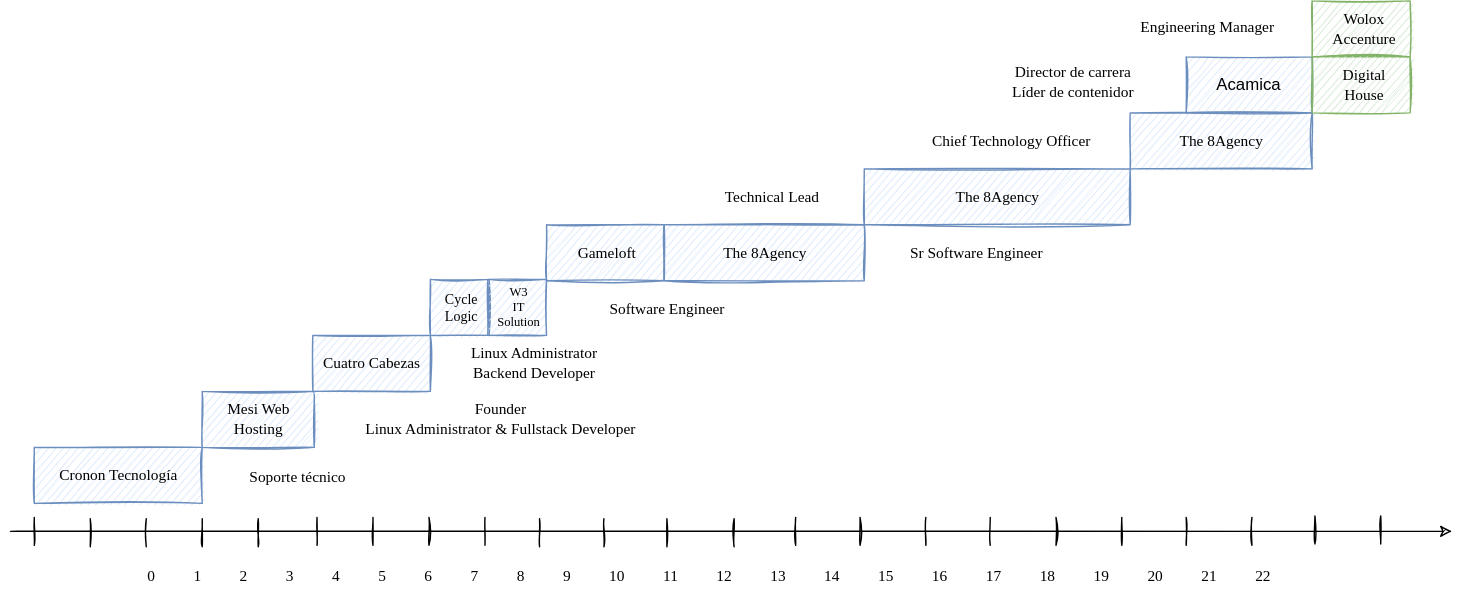
Before: daniel_segovia_carrer.svg, a diagram exported from draw.io (frenchita/danielsegovia). Source tidied: cells renumbered, new cells last; positions are measured from the earlier drawing's top-left corner, leaving out a move shared by most shapes. Its diagram source:
```xml
<mxGraphModel>
  <root>
    <mxCell id="0" />
    <mxCell id="1" parent="0" />
    <mxCell id="2" style="endArrow=classic;html=1;rounded=0;sketch=1;" parent="1" edge="1">
      <mxGeometry relative="1" as="geometry">
        <mxPoint y="379" as="sourcePoint" />
        <mxPoint x="1030" y="379" as="targetPoint" />
      </mxGeometry>
    </mxCell>
    <mxCell id="3" value="0&amp;nbsp; &amp;nbsp; &amp;nbsp; &amp;nbsp; &amp;nbsp;&amp;nbsp;1&amp;nbsp; &amp;nbsp; &amp;nbsp; &amp;nbsp; &amp;nbsp; 2&amp;nbsp; &amp;nbsp; &amp;nbsp; &amp;nbsp; &amp;nbsp; 3&amp;nbsp; &amp;nbsp; &amp;nbsp; &amp;nbsp; &amp;nbsp; 4&amp;nbsp; &amp;nbsp; &amp;nbsp; &amp;nbsp; &amp;nbsp; 5&amp;nbsp; &amp;nbsp; &amp;nbsp; &amp;nbsp; &amp;nbsp; 6&amp;nbsp; &amp;nbsp; &amp;nbsp; &amp;nbsp; &amp;nbsp; 7&amp;nbsp; &amp;nbsp; &amp;nbsp; &amp;nbsp; &amp;nbsp; 8&amp;nbsp; &amp;nbsp; &amp;nbsp; &amp;nbsp; &amp;nbsp; 9&amp;nbsp; &amp;nbsp; &amp;nbsp; &amp;nbsp; &amp;nbsp; 10&amp;nbsp; &amp;nbsp; &amp;nbsp; &amp;nbsp; &amp;nbsp; 11&amp;nbsp; &amp;nbsp; &amp;nbsp; &amp;nbsp; &amp;nbsp; 12&amp;nbsp; &amp;nbsp; &amp;nbsp; &amp;nbsp; &amp;nbsp; 13&amp;nbsp; &amp;nbsp; &amp;nbsp; &amp;nbsp; &amp;nbsp; 14&amp;nbsp; &amp;nbsp; &amp;nbsp; &amp;nbsp; &amp;nbsp; 15&amp;nbsp; &amp;nbsp; &amp;nbsp; &amp;nbsp; &amp;nbsp; 16&amp;nbsp; &amp;nbsp; &amp;nbsp; &amp;nbsp; &amp;nbsp; 17&amp;nbsp; &amp;nbsp; &amp;nbsp; &amp;nbsp; &amp;nbsp; 18&amp;nbsp; &amp;nbsp; &amp;nbsp; &amp;nbsp; &amp;nbsp; 19&amp;nbsp; &amp;nbsp; &amp;nbsp; &amp;nbsp; &amp;nbsp; 20&amp;nbsp; &amp;nbsp; &amp;nbsp; &amp;nbsp; &amp;nbsp; 21&amp;nbsp; &amp;nbsp; &amp;nbsp; &amp;nbsp; &amp;nbsp; 22" style="text;html=1;align=center;verticalAlign=middle;strokeColor=none;fillColor=none;fontFamily=Tahoma;spacing=2;fontSize=11;" parent="1" vertex="1">
      <mxGeometry x="4" y="401" width="990" height="20" as="geometry" />
    </mxCell>
    <mxCell id="4" style="rounded=0;whiteSpace=wrap;html=1;imageAspect=1;shadow=0;sketch=1;fillStyle=hachure;fillColor=#dae8fc;strokeColor=#6c8ebf;" parent="1" vertex="1">
      <mxGeometry x="17" y="319" width="120" height="40" as="geometry" />
    </mxCell>
    <mxCell id="5" style="endArrow=none;html=1;rounded=0;sketch=1;" parent="1" edge="1">
      <mxGeometry relative="1" as="geometry">
        <mxPoint x="57" y="390" as="sourcePoint" />
        <mxPoint x="57" y="370" as="targetPoint" />
      </mxGeometry>
    </mxCell>
    <mxCell id="6" style="endArrow=none;html=1;rounded=0;sketch=1;" parent="1" edge="1">
      <mxGeometry relative="1" as="geometry">
        <mxPoint x="97" y="390" as="sourcePoint" />
        <mxPoint x="97" y="370" as="targetPoint" />
      </mxGeometry>
    </mxCell>
    <mxCell id="7" style="endArrow=none;html=1;rounded=0;sketch=1;" parent="1" edge="1">
      <mxGeometry relative="1" as="geometry">
        <mxPoint x="137" y="390" as="sourcePoint" />
        <mxPoint x="137" y="370" as="targetPoint" />
      </mxGeometry>
    </mxCell>
    <mxCell id="8" style="endArrow=none;html=1;rounded=0;sketch=1;" parent="1" edge="1">
      <mxGeometry relative="1" as="geometry">
        <mxPoint x="177" y="390" as="sourcePoint" />
        <mxPoint x="177" y="370" as="targetPoint" />
      </mxGeometry>
    </mxCell>
    <mxCell id="9" style="endArrow=none;html=1;rounded=0;sketch=1;" parent="1" edge="1">
      <mxGeometry relative="1" as="geometry">
        <mxPoint x="219" y="389" as="sourcePoint" />
        <mxPoint x="219" y="369" as="targetPoint" />
      </mxGeometry>
    </mxCell>
    <mxCell id="10" style="endArrow=none;html=1;rounded=0;sketch=1;" parent="1" edge="1">
      <mxGeometry relative="1" as="geometry">
        <mxPoint x="259" y="389" as="sourcePoint" />
        <mxPoint x="259" y="369" as="targetPoint" />
      </mxGeometry>
    </mxCell>
    <mxCell id="11" style="endArrow=none;html=1;rounded=0;sketch=1;" parent="1" edge="1">
      <mxGeometry relative="1" as="geometry">
        <mxPoint x="299" y="389" as="sourcePoint" />
        <mxPoint x="299" y="369" as="targetPoint" />
      </mxGeometry>
    </mxCell>
    <mxCell id="12" style="endArrow=none;html=1;rounded=0;sketch=1;" parent="1" edge="1">
      <mxGeometry relative="1" as="geometry">
        <mxPoint x="339" y="389" as="sourcePoint" />
        <mxPoint x="339" y="369" as="targetPoint" />
      </mxGeometry>
    </mxCell>
    <mxCell id="13" style="endArrow=none;html=1;rounded=0;sketch=1;" parent="1" edge="1">
      <mxGeometry relative="1" as="geometry">
        <mxPoint x="378" y="390" as="sourcePoint" />
        <mxPoint x="378" y="370" as="targetPoint" />
      </mxGeometry>
    </mxCell>
    <mxCell id="14" style="endArrow=none;html=1;rounded=0;sketch=1;" parent="1" edge="1">
      <mxGeometry relative="1" as="geometry">
        <mxPoint x="424" y="390" as="sourcePoint" />
        <mxPoint x="424" y="370" as="targetPoint" />
      </mxGeometry>
    </mxCell>
    <mxCell id="15" style="endArrow=none;html=1;rounded=0;sketch=1;" parent="1" edge="1">
      <mxGeometry relative="1" as="geometry">
        <mxPoint x="469" y="390" as="sourcePoint" />
        <mxPoint x="469" y="370" as="targetPoint" />
      </mxGeometry>
    </mxCell>
    <mxCell id="16" style="endArrow=none;html=1;rounded=0;sketch=1;" parent="1" edge="1">
      <mxGeometry relative="1" as="geometry">
        <mxPoint x="517" y="390" as="sourcePoint" />
        <mxPoint x="517" y="370" as="targetPoint" />
      </mxGeometry>
    </mxCell>
    <mxCell id="17" style="endArrow=none;html=1;rounded=0;sketch=1;" parent="1" edge="1">
      <mxGeometry relative="1" as="geometry">
        <mxPoint x="561" y="389" as="sourcePoint" />
        <mxPoint x="561" y="369" as="targetPoint" />
      </mxGeometry>
    </mxCell>
    <mxCell id="18" style="endArrow=none;html=1;rounded=0;sketch=1;" parent="1" edge="1">
      <mxGeometry relative="1" as="geometry">
        <mxPoint x="607" y="389" as="sourcePoint" />
        <mxPoint x="607" y="369" as="targetPoint" />
      </mxGeometry>
    </mxCell>
    <mxCell id="19" style="endArrow=none;html=1;rounded=0;sketch=1;" parent="1" edge="1">
      <mxGeometry relative="1" as="geometry">
        <mxPoint x="654" y="389" as="sourcePoint" />
        <mxPoint x="654" y="369" as="targetPoint" />
      </mxGeometry>
    </mxCell>
    <mxCell id="20" style="endArrow=none;html=1;rounded=0;sketch=1;" parent="1" edge="1">
      <mxGeometry relative="1" as="geometry">
        <mxPoint x="700" y="389" as="sourcePoint" />
        <mxPoint x="700" y="369" as="targetPoint" />
      </mxGeometry>
    </mxCell>
    <mxCell id="21" style="endArrow=none;html=1;rounded=0;sketch=1;" parent="1" edge="1">
      <mxGeometry relative="1" as="geometry">
        <mxPoint x="747" y="389" as="sourcePoint" />
        <mxPoint x="747" y="369" as="targetPoint" />
      </mxGeometry>
    </mxCell>
    <mxCell id="22" style="endArrow=none;html=1;rounded=0;sketch=1;" parent="1" edge="1">
      <mxGeometry relative="1" as="geometry">
        <mxPoint x="794" y="389" as="sourcePoint" />
        <mxPoint x="794" y="369" as="targetPoint" />
      </mxGeometry>
    </mxCell>
    <mxCell id="23" style="endArrow=none;html=1;rounded=0;sketch=1;" parent="1" edge="1">
      <mxGeometry relative="1" as="geometry">
        <mxPoint x="840" y="389" as="sourcePoint" />
        <mxPoint x="840" y="369" as="targetPoint" />
      </mxGeometry>
    </mxCell>
    <mxCell id="24" style="endArrow=none;html=1;rounded=0;sketch=1;" parent="1" edge="1">
      <mxGeometry relative="1" as="geometry">
        <mxPoint x="887" y="389" as="sourcePoint" />
        <mxPoint x="887" y="369" as="targetPoint" />
      </mxGeometry>
    </mxCell>
    <mxCell id="25" style="endArrow=none;html=1;rounded=0;sketch=1;" parent="1" edge="1">
      <mxGeometry relative="1" as="geometry">
        <mxPoint x="932" y="388" as="sourcePoint" />
        <mxPoint x="932" y="368" as="targetPoint" />
      </mxGeometry>
    </mxCell>
    <mxCell id="26" style="endArrow=none;html=1;rounded=0;sketch=1;" parent="1" edge="1">
      <mxGeometry relative="1" as="geometry">
        <mxPoint x="979" y="388" as="sourcePoint" />
        <mxPoint x="979" y="368" as="targetPoint" />
      </mxGeometry>
    </mxCell>
    <mxCell id="27" value="Soporte técnico" style="text;html=1;align=center;verticalAlign=middle;strokeColor=none;fillColor=none;fontFamily=Comic Sans MS;spacing=2;fontSize=11;" parent="1" vertex="1">
      <mxGeometry x="155" y="330" width="100" height="20" as="geometry" />
    </mxCell>
    <mxCell id="28" style="rounded=0;whiteSpace=wrap;html=1;imageAspect=1;shadow=0;sketch=1;fillStyle=hachure;fillColor=#dae8fc;strokeColor=#6c8ebf;" parent="1" vertex="1">
      <mxGeometry x="137" y="279" width="80" height="40" as="geometry" />
    </mxCell>
    <mxCell id="29" style="endArrow=none;html=1;rounded=0;sketch=1;" parent="1" edge="1">
      <mxGeometry relative="1" as="geometry">
        <mxPoint x="17" y="389" as="sourcePoint" />
        <mxPoint x="17" y="369" as="targetPoint" />
      </mxGeometry>
    </mxCell>
    <mxCell id="30" value="Founder&lt;br&gt;Linux Administrator &amp;amp; Fullstack Developer" style="text;html=1;align=center;verticalAlign=middle;strokeColor=none;fillColor=none;fontFamily=Comic Sans MS;spacing=2;fontSize=11;" parent="1" vertex="1">
      <mxGeometry x="230" y="279" width="240" height="40" as="geometry" />
    </mxCell>
    <mxCell id="31" value="Cronon Tecnología" style="text;html=1;align=center;verticalAlign=middle;strokeColor=none;fillColor=none;fontFamily=Comic Sans MS;spacing=2;fontSize=11;" parent="1" vertex="1">
      <mxGeometry x="22" y="329" width="110" height="20" as="geometry" />
    </mxCell>
    <mxCell id="32" value="Mesi Web&lt;br&gt;Hosting" style="text;html=1;align=center;verticalAlign=middle;strokeColor=none;fillColor=none;fontFamily=Comic Sans MS;spacing=2;fontSize=11;" parent="1" vertex="1">
      <mxGeometry x="142" y="279" width="70" height="40" as="geometry" />
    </mxCell>
    <mxCell id="33" style="rounded=0;whiteSpace=wrap;html=1;imageAspect=1;shadow=0;sketch=1;fillStyle=hachure;fillColor=#dae8fc;strokeColor=#6c8ebf;" parent="1" vertex="1">
      <mxGeometry x="216" y="239" width="84" height="40" as="geometry" />
    </mxCell>
    <mxCell id="34" value="Cuatro Cabezas" style="text;html=1;align=center;verticalAlign=middle;strokeColor=none;fillColor=none;fontFamily=Comic Sans MS;spacing=2;fontSize=11;" parent="1" vertex="1">
      <mxGeometry x="208" y="249" width="100" height="20" as="geometry" />
    </mxCell>
    <mxCell id="35" style="rounded=0;whiteSpace=wrap;html=1;imageAspect=1;shadow=0;sketch=1;fillStyle=hachure;fillColor=#dae8fc;strokeColor=#6c8ebf;" parent="1" vertex="1">
      <mxGeometry x="300" y="199" width="42" height="40" as="geometry" />
    </mxCell>
    <mxCell id="36" value="Cycle&lt;br style=&quot;font-size: 10px;&quot;&gt;Logic" style="text;html=1;align=center;verticalAlign=middle;strokeColor=none;fillColor=none;fontFamily=Comic Sans MS;spacing=2;fontSize=10;" parent="1" vertex="1">
      <mxGeometry x="302" y="204" width="40" height="30" as="geometry" />
    </mxCell>
    <mxCell id="37" style="rounded=0;whiteSpace=wrap;html=1;imageAspect=1;shadow=0;sketch=1;fillStyle=hachure;fillColor=#dae8fc;strokeColor=#6c8ebf;" parent="1" vertex="1">
      <mxGeometry x="341" y="199" width="42" height="40" as="geometry" />
    </mxCell>
    <mxCell id="38" value="W3&lt;br&gt;IT&lt;br&gt;Solution" style="text;html=1;align=center;verticalAlign=middle;strokeColor=none;fillColor=none;fontFamily=Comic Sans MS;spacing=2;fontSize=9;" parent="1" vertex="1">
      <mxGeometry x="338" y="199" width="50" height="40" as="geometry" />
    </mxCell>
    <mxCell id="39" value="Linux Administrator&lt;br&gt;Backend Developer" style="text;html=1;align=center;verticalAlign=middle;strokeColor=none;fillColor=none;fontFamily=Comic Sans MS;spacing=2;fontSize=11;" parent="1" vertex="1">
      <mxGeometry x="314" y="239" width="120" height="40" as="geometry" />
    </mxCell>
    <mxCell id="40" style="rounded=0;whiteSpace=wrap;html=1;imageAspect=1;shadow=0;sketch=1;fillStyle=hachure;fillColor=#dae8fc;strokeColor=#6c8ebf;" parent="1" vertex="1">
      <mxGeometry x="383" y="160" width="84" height="40" as="geometry" />
    </mxCell>
    <mxCell id="41" value="Gameloft" style="text;html=1;align=center;verticalAlign=middle;strokeColor=none;fillColor=none;fontFamily=Comic Sans MS;spacing=2;fontSize=11;" parent="1" vertex="1">
      <mxGeometry x="391" y="170" width="70" height="20" as="geometry" />
    </mxCell>
    <mxCell id="42" style="rounded=0;whiteSpace=wrap;html=1;imageAspect=1;shadow=0;sketch=1;fillStyle=hachure;fillColor=#dae8fc;strokeColor=#6c8ebf;" parent="1" vertex="1">
      <mxGeometry x="467" y="160" width="143" height="40" as="geometry" />
    </mxCell>
    <mxCell id="43" value="The 8Agency" style="text;html=1;align=center;verticalAlign=middle;strokeColor=none;fillColor=none;fontFamily=Comic Sans MS;spacing=2;fontSize=11;" parent="1" vertex="1">
      <mxGeometry x="493.5" y="170" width="90" height="20" as="geometry" />
    </mxCell>
    <mxCell id="44" value="Software Engineer" style="text;html=1;align=center;verticalAlign=middle;strokeColor=none;fillColor=none;fontFamily=Comic Sans MS;spacing=2;fontSize=11;" parent="1" vertex="1">
      <mxGeometry x="409" y="210" width="120" height="20" as="geometry" />
    </mxCell>
    <mxCell id="45" value="Sr Software Engineer" style="text;html=1;align=center;verticalAlign=middle;strokeColor=none;fillColor=none;fontFamily=Comic Sans MS;spacing=2;fontSize=11;" parent="1" vertex="1">
      <mxGeometry x="625" y="170" width="130" height="20" as="geometry" />
    </mxCell>
    <mxCell id="46" style="rounded=0;whiteSpace=wrap;html=1;imageAspect=1;shadow=0;sketch=1;fillStyle=hachure;fillColor=#dae8fc;strokeColor=#6c8ebf;" parent="1" vertex="1">
      <mxGeometry x="610" y="120" width="190" height="40" as="geometry" />
    </mxCell>
    <mxCell id="47" value="The 8Agency" style="text;html=1;align=center;verticalAlign=middle;strokeColor=none;fillColor=none;fontFamily=Comic Sans MS;spacing=2;fontSize=11;" parent="1" vertex="1">
      <mxGeometry x="660" y="130" width="90" height="20" as="geometry" />
    </mxCell>
    <mxCell id="48" value="Technical Lead" style="text;html=1;align=center;verticalAlign=middle;strokeColor=none;fillColor=none;fontFamily=Comic Sans MS;spacing=2;fontSize=11;" parent="1" vertex="1">
      <mxGeometry x="493.5" y="130" width="100" height="20" as="geometry" />
    </mxCell>
    <mxCell id="49" style="rounded=0;whiteSpace=wrap;html=1;imageAspect=1;shadow=0;sketch=1;fillStyle=hachure;fillColor=#dae8fc;strokeColor=#6c8ebf;" parent="1" vertex="1">
      <mxGeometry x="800" y="80" width="130" height="40" as="geometry" />
    </mxCell>
    <mxCell id="50" value="The 8Agency" style="text;html=1;align=center;verticalAlign=middle;strokeColor=none;fillColor=none;fontFamily=Comic Sans MS;spacing=2;fontSize=11;" parent="1" vertex="1">
      <mxGeometry x="820" y="90" width="90" height="20" as="geometry" />
    </mxCell>
    <mxCell id="51" value="Chief Technology Officer" style="text;html=1;align=center;verticalAlign=middle;strokeColor=none;fillColor=none;fontFamily=Comic Sans MS;spacing=2;fontSize=11;" parent="1" vertex="1">
      <mxGeometry x="640" y="90" width="150" height="20" as="geometry" />
    </mxCell>
    <mxCell id="52" value="Acamica" style="rounded=0;whiteSpace=wrap;html=1;imageAspect=1;shadow=0;sketch=1;fillStyle=hachure;fillColor=#dae8fc;strokeColor=#6c8ebf;" parent="1" vertex="1">
      <mxGeometry x="840" y="40" width="90" height="40" as="geometry" />
    </mxCell>
    <mxCell id="53" style="rounded=0;whiteSpace=wrap;html=1;imageAspect=1;shadow=0;sketch=1;fillStyle=hachure;fillColor=#d5e8d4;strokeColor=#82b366;" parent="1" vertex="1">
      <mxGeometry x="930" y="40" width="70" height="40" as="geometry" />
    </mxCell>
    <mxCell id="54" value="Digital&lt;br&gt;House" style="text;html=1;align=center;verticalAlign=middle;strokeColor=none;fillColor=none;fontFamily=Comic Sans MS;spacing=2;fontSize=11;" parent="1" vertex="1">
      <mxGeometry x="942" y="40" width="50" height="40" as="geometry" />
    </mxCell>
    <mxCell id="55" style="rounded=0;whiteSpace=wrap;html=1;imageAspect=1;shadow=0;sketch=1;fillStyle=hachure;fillColor=#d5e8d4;strokeColor=#82b366;" parent="1" vertex="1">
      <mxGeometry x="930" width="70" height="40" as="geometry" />
    </mxCell>
    <mxCell id="56" value="Wolox&lt;br&gt;Accenture" style="text;html=1;align=center;verticalAlign=middle;strokeColor=none;fillColor=none;fontFamily=Comic Sans MS;spacing=2;fontSize=11;" parent="1" vertex="1">
      <mxGeometry x="932" width="70" height="40" as="geometry" />
    </mxCell>
    <mxCell id="57" value="Director de carrera&lt;br&gt;Líder de contenidor" style="text;html=1;align=center;verticalAlign=middle;strokeColor=none;fillColor=none;fontFamily=Comic Sans MS;spacing=2;fontSize=11;" parent="1" vertex="1">
      <mxGeometry x="699" y="38" width="120" height="40" as="geometry" />
    </mxCell>
    <mxCell id="58" value="Engineering Manager" style="text;html=1;align=center;verticalAlign=middle;strokeColor=none;fillColor=none;fontFamily=Comic Sans MS;spacing=2;fontSize=11;" parent="1" vertex="1">
      <mxGeometry x="790" y="9" width="130" height="20" as="geometry" />
    </mxCell>
  </root>
</mxGraphModel>
```
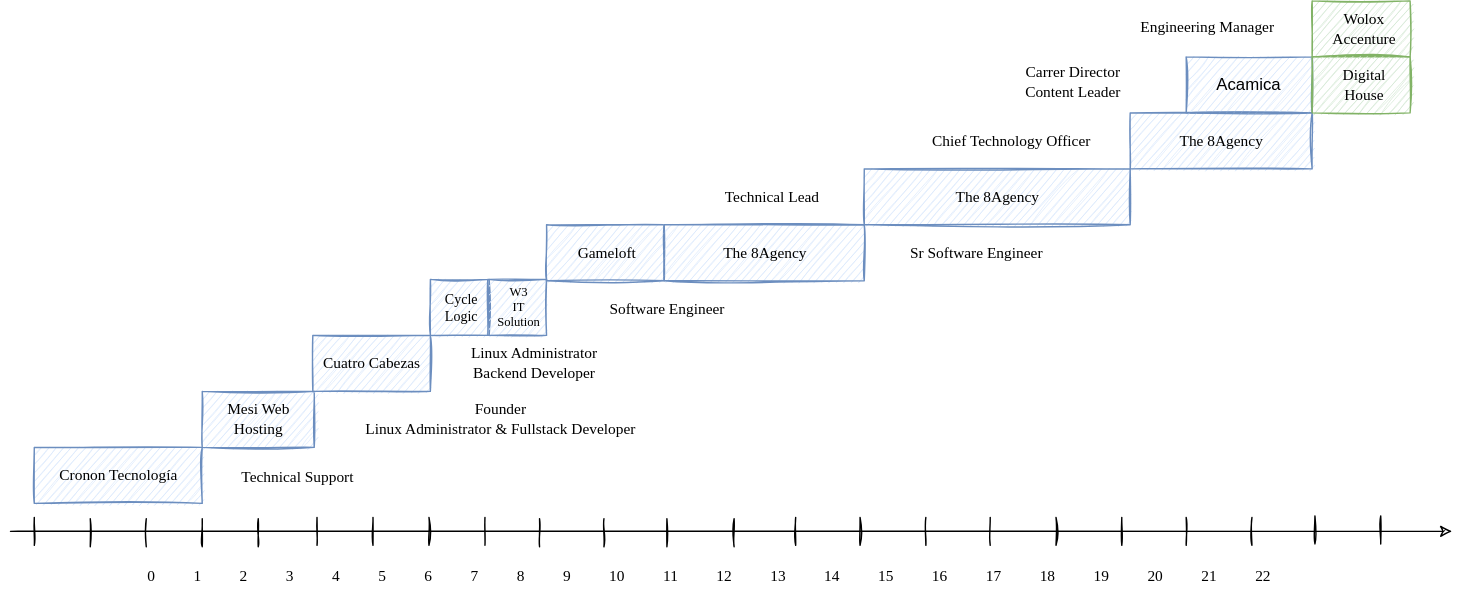
Later version of the same file.

Commit message:
img carrer updated

Diff of the diagram source:
```diff
@@ -146,8 +146,8 @@
         <mxPoint x="979" y="368" as="targetPoint" />
       </mxGeometry>
     </mxCell>
-    <mxCell id="27" value="Soporte técnico" style="text;html=1;align=center;verticalAlign=middle;strokeColor=none;fillColor=none;fontFamily=Comic Sans MS;spacing=2;fontSize=11;" parent="1" vertex="1">
-      <mxGeometry x="155" y="330" width="100" height="20" as="geometry" />
+    <mxCell id="27" value="Technical Support" style="text;html=1;align=center;verticalAlign=middle;strokeColor=none;fillColor=none;fontFamily=Comic Sans MS;spacing=2;fontSize=11;" parent="1" vertex="1">
+      <mxGeometry x="150" y="330" width="110" height="20" as="geometry" />
     </mxCell>
     <mxCell id="28" style="rounded=0;whiteSpace=wrap;html=1;imageAspect=1;shadow=0;sketch=1;fillStyle=hachure;fillColor=#dae8fc;strokeColor=#6c8ebf;" parent="1" vertex="1">
       <mxGeometry x="137" y="279" width="80" height="40" as="geometry" />
@@ -239,8 +239,8 @@
     <mxCell id="56" value="Wolox&lt;br&gt;Accenture" style="text;html=1;align=center;verticalAlign=middle;strokeColor=none;fillColor=none;fontFamily=Comic Sans MS;spacing=2;fontSize=11;" parent="1" vertex="1">
       <mxGeometry x="932" width="70" height="40" as="geometry" />
     </mxCell>
-    <mxCell id="57" value="Director de carrera&lt;br&gt;Líder de contenidor" style="text;html=1;align=center;verticalAlign=middle;strokeColor=none;fillColor=none;fontFamily=Comic Sans MS;spacing=2;fontSize=11;" parent="1" vertex="1">
-      <mxGeometry x="699" y="38" width="120" height="40" as="geometry" />
+    <mxCell id="57" value="Carrer Director&lt;br&gt;Content Leader" style="text;html=1;align=center;verticalAlign=middle;strokeColor=none;fillColor=none;fontFamily=Comic Sans MS;spacing=2;fontSize=11;" parent="1" vertex="1">
+      <mxGeometry x="709" y="38" width="100" height="40" as="geometry" />
     </mxCell>
     <mxCell id="58" value="Engineering Manager" style="text;html=1;align=center;verticalAlign=middle;strokeColor=none;fillColor=none;fontFamily=Comic Sans MS;spacing=2;fontSize=11;" parent="1" vertex="1">
       <mxGeometry x="790" y="9" width="130" height="20" as="geometry" />
```
